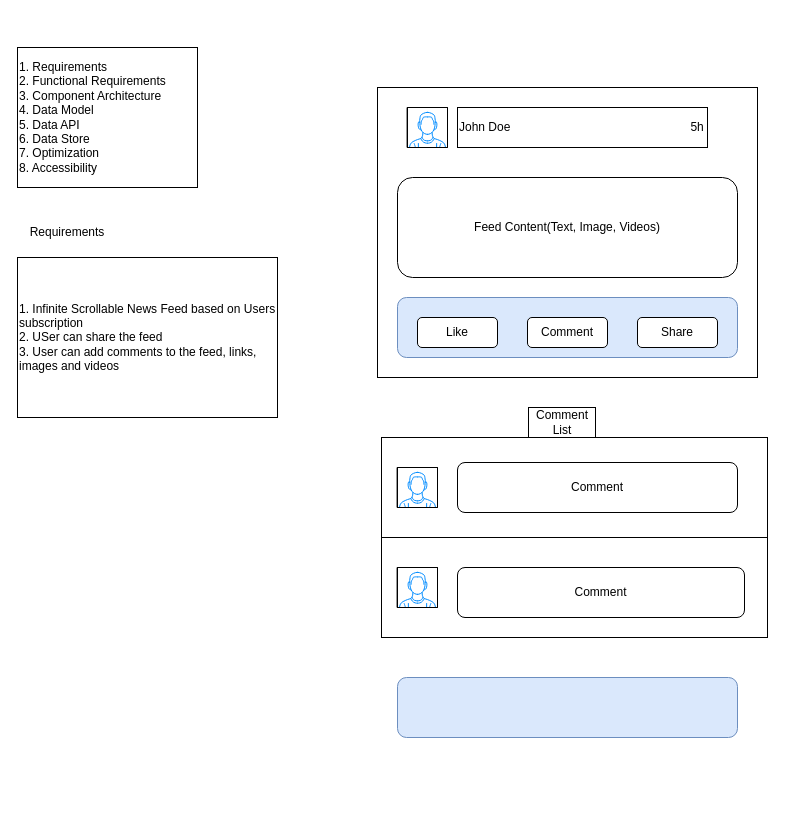
This is CommonComponents.drawio from murtuzasyed/wireframes, a draw.io file, before an edit. Source tidied: cells renumbered, new cells numbered last; positions are measured from the earlier drawing's top-left corner, leaving out a move shared by most shapes. Both pictures are drawn from the tidied source at 100%, with x=0, y=0 at pixel (17, 47).
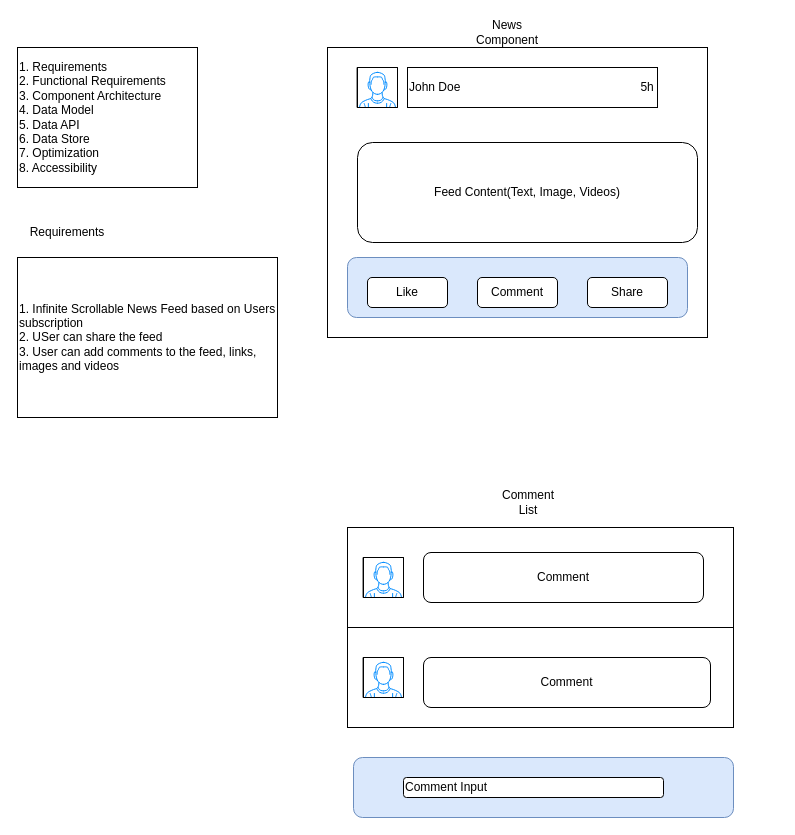
The same diagram, later.

The edit, as a diff of the source:
```diff
@@
+    <mxCell id="22" style="group;" parent="1" vertex="1">
+      <mxGeometry x="330" y="440" width="386" height="330" as="geometry" />
+    </mxCell>
+    <mxCell id="13" style="rounded=0;whiteSpace=wrap;html=1;labelBackgroundColor=#000000;labelBorderColor=default;fontColor=default;gradientColor=none;" parent="22" vertex="1">
+      <mxGeometry y="40" width="386" height="200" as="geometry" />
+    </mxCell>
+    <mxCell id="14" style="rounded=0;whiteSpace=wrap;html=1;labelBackgroundColor=#000000;labelBorderColor=default;fontColor=default;gradientColor=none;" parent="22" vertex="1">
+      <mxGeometry y="40" width="386" height="100" as="geometry" />
+    </mxCell>
+    <mxCell id="15" style="verticalLabelPosition=bottom;shadow=0;dashed=0;align=center;html=1;verticalAlign=top;strokeWidth=1;shape=mxgraph.mockup.containers.userMale;strokeColor2=#008cff;labelBorderColor=#000000;labelBackgroundColor=#000000;" parent="22" vertex="1">
+      <mxGeometry x="16" y="170" width="40" height="40" as="geometry" />
+    </mxCell>
+    <mxCell id="16" style="verticalLabelPosition=bottom;shadow=0;dashed=0;align=center;html=1;verticalAlign=top;strokeWidth=1;shape=mxgraph.mockup.containers.userMale;strokeColor2=#008cff;labelBorderColor=#000000;labelBackgroundColor=#000000;" parent="22" vertex="1">
+      <mxGeometry x="16" y="70" width="40" height="40" as="geometry" />
+    </mxCell>
+    <mxCell id="17" value="Comment" style="rounded=1;whiteSpace=wrap;html=1;" parent="22" vertex="1">
+      <mxGeometry x="76" y="170" width="287" height="50" as="geometry" />
+    </mxCell>
+    <mxCell id="18" value="Comment" style="rounded=1;whiteSpace=wrap;html=1;" parent="22" vertex="1">
+      <mxGeometry x="76" y="65" width="280" height="50" as="geometry" />
+    </mxCell>
+    <mxCell id="19" style="rounded=1;whiteSpace=wrap;html=1;labelBackgroundColor=#000000;labelBorderColor=default;fillColor=#dae8fc;strokeColor=#6c8ebf;" parent="22" vertex="1">
+      <mxGeometry x="6" y="270" width="380" height="60" as="geometry" />
+    </mxCell>
+    <mxCell id="21" value="Comment List" style="text;html=1;strokeColor=none;fillColor=none;align=center;verticalAlign=middle;whiteSpace=wrap;rounded=0;glass=0;labelBackgroundColor=#FFFFFF;labelBorderColor=none;fontColor=#000000;opacity=0;" parent="22" vertex="1">
+      <mxGeometry x="146" width="70" height="30" as="geometry" />
+    </mxCell>
+    <mxCell id="23" style="rounded=1;whiteSpace=wrap;html=1;glass=0;labelBackgroundColor=#FFFFFF;labelBorderColor=default;fontColor=#000000;gradientColor=none;" parent="22" vertex="1">
+      <mxGeometry x="56" y="290" width="260" height="20" as="geometry" />
+    </mxCell>
+    <mxCell id="24" value="Comment Input" style="text;html=1;strokeColor=none;fillColor=none;align=left;verticalAlign=middle;whiteSpace=wrap;rounded=0;glass=0;labelBackgroundColor=#FFFFFF;labelBorderColor=none;fontColor=#000000;strokeWidth=0;" parent="22" vertex="1">
+      <mxGeometry x="56" y="285" width="110" height="30" as="geometry" />
+    </mxCell>
+    <mxCell id="25" style="group;" parent="1" vertex="1">
+      <mxGeometry x="310" y="-30" width="380" height="320" as="geometry" />
+    </mxCell>
-    <mxCell id="5" style="rounded=0;whiteSpace=wrap;html=1;" parent="1" vertex="1">
-      <mxGeometry x="360" y="40" width="380" height="290" as="geometry" />
+    <mxCell id="5" style="rounded=0;whiteSpace=wrap;html=1;" parent="25" vertex="1">
+      <mxGeometry y="30" width="380" height="290" as="geometry" />
     </mxCell>
-    <mxCell id="6" style="verticalLabelPosition=bottom;shadow=0;dashed=0;align=center;html=1;verticalAlign=top;strokeWidth=1;shape=mxgraph.mockup.containers.userMale;strokeColor2=#008cff;labelBorderColor=#000000;labelBackgroundColor=#000000;" parent="1" vertex="1">
-      <mxGeometry x="390" y="60" width="40" height="40" as="geometry" />
+    <mxCell id="6" style="verticalLabelPosition=bottom;shadow=0;dashed=0;align=center;html=1;verticalAlign=top;strokeWidth=1;shape=mxgraph.mockup.containers.userMale;strokeColor2=#008cff;labelBorderColor=#000000;labelBackgroundColor=#000000;" parent="5" vertex="1">
+      <mxGeometry x="30" y="20" width="40" height="40" as="geometry" />
     </mxCell>
-    <mxCell id="7" value="John Doe&amp;nbsp; &amp;nbsp; &amp;nbsp; &amp;nbsp; &amp;nbsp; &amp;nbsp; &amp;nbsp; &amp;nbsp; &amp;nbsp; &amp;nbsp; &amp;nbsp; &amp;nbsp; &amp;nbsp; &amp;nbsp; &amp;nbsp; &amp;nbsp; &amp;nbsp; &amp;nbsp; &amp;nbsp; &amp;nbsp; &amp;nbsp; &amp;nbsp; &amp;nbsp; &amp;nbsp; &amp;nbsp; &amp;nbsp; &amp;nbsp; 5h" style="rounded=0;whiteSpace=wrap;html=1;align=left;" parent="1" vertex="1">
-      <mxGeometry x="440" y="60" width="250" height="40" as="geometry" />
+    <mxCell id="7" value="John Doe&amp;nbsp; &amp;nbsp; &amp;nbsp; &amp;nbsp; &amp;nbsp; &amp;nbsp; &amp;nbsp; &amp;nbsp; &amp;nbsp; &amp;nbsp; &amp;nbsp; &amp;nbsp; &amp;nbsp; &amp;nbsp; &amp;nbsp; &amp;nbsp; &amp;nbsp; &amp;nbsp; &amp;nbsp; &amp;nbsp; &amp;nbsp; &amp;nbsp; &amp;nbsp; &amp;nbsp; &amp;nbsp; &amp;nbsp; &amp;nbsp; 5h" style="rounded=0;whiteSpace=wrap;html=1;align=left;" parent="25" vertex="1">
+      <mxGeometry x="80" y="50" width="250" height="40" as="geometry" />
     </mxCell>
-    <mxCell id="8" value="Feed Content(Text, Image, Videos)" style="rounded=1;whiteSpace=wrap;html=1;" parent="1" vertex="1">
-      <mxGeometry x="380" y="130" width="340" height="100" as="geometry" />
+    <mxCell id="8" value="Feed Content(Text, Image, Videos)" style="rounded=1;whiteSpace=wrap;html=1;" parent="25" vertex="1">
+      <mxGeometry x="30" y="125" width="340" height="100" as="geometry" />
     </mxCell>
-    <mxCell id="9" style="rounded=1;whiteSpace=wrap;html=1;labelBackgroundColor=#000000;labelBorderColor=default;fillColor=#dae8fc;strokeColor=#6c8ebf;" parent="1" vertex="1">
-      <mxGeometry x="380" y="250" width="340" height="60" as="geometry" />
+    <mxCell id="9" style="rounded=1;whiteSpace=wrap;html=1;labelBackgroundColor=#000000;labelBorderColor=default;fillColor=#dae8fc;strokeColor=#6c8ebf;" parent="25" vertex="1">
+      <mxGeometry x="20" y="240" width="340" height="60" as="geometry" />
     </mxCell>
-    <mxCell id="10" value="Share" style="rounded=1;whiteSpace=wrap;html=1;" parent="1" vertex="1">
-      <mxGeometry x="620" y="270" width="80" height="30" as="geometry" />
+    <mxCell id="10" value="Share" style="rounded=1;whiteSpace=wrap;html=1;" parent="25" vertex="1">
+      <mxGeometry x="260" y="260" width="80" height="30" as="geometry" />
     </mxCell>
-    <mxCell id="11" value="Comment" style="rounded=1;whiteSpace=wrap;html=1;" parent="1" vertex="1">
-      <mxGeometry x="510" y="270" width="80" height="30" as="geometry" />
+    <mxCell id="11" value="Comment" style="rounded=1;whiteSpace=wrap;html=1;" parent="25" vertex="1">
+      <mxGeometry x="150" y="260" width="80" height="30" as="geometry" />
     </mxCell>
-    <mxCell id="12" value="Like" style="rounded=1;whiteSpace=wrap;html=1;" parent="1" vertex="1">
-      <mxGeometry x="400" y="270" width="80" height="30" as="geometry" />
+    <mxCell id="12" value="Like" style="rounded=1;whiteSpace=wrap;html=1;" parent="25" vertex="1">
+      <mxGeometry x="40" y="260" width="80" height="30" as="geometry" />
     </mxCell>
-    <mxCell id="13" style="rounded=0;whiteSpace=wrap;html=1;labelBackgroundColor=#000000;labelBorderColor=default;fontColor=default;gradientColor=none;" parent="1" vertex="1">
-      <mxGeometry x="364" y="390" width="386" height="200" as="geometry" />
-    </mxCell>
-    <mxCell id="14" style="rounded=0;whiteSpace=wrap;html=1;labelBackgroundColor=#000000;labelBorderColor=default;fontColor=default;gradientColor=none;" parent="1" vertex="1">
-      <mxGeometry x="364" y="390" width="386" height="100" as="geometry" />
-    </mxCell>
-    <mxCell id="15" style="verticalLabelPosition=bottom;shadow=0;dashed=0;align=center;html=1;verticalAlign=top;strokeWidth=1;shape=mxgraph.mockup.containers.userMale;strokeColor2=#008cff;labelBorderColor=#000000;labelBackgroundColor=#000000;" parent="1" vertex="1">
-      <mxGeometry x="380" y="520" width="40" height="40" as="geometry" />
-    </mxCell>
-    <mxCell id="16" style="verticalLabelPosition=bottom;shadow=0;dashed=0;align=center;html=1;verticalAlign=top;strokeWidth=1;shape=mxgraph.mockup.containers.userMale;strokeColor2=#008cff;labelBorderColor=#000000;labelBackgroundColor=#000000;" parent="1" vertex="1">
-      <mxGeometry x="380" y="420" width="40" height="40" as="geometry" />
-    </mxCell>
-    <mxCell id="17" value="Comment" style="rounded=1;whiteSpace=wrap;html=1;" parent="1" vertex="1">
-      <mxGeometry x="440" y="520" width="287" height="50" as="geometry" />
-    </mxCell>
-    <mxCell id="18" value="Comment" style="rounded=1;whiteSpace=wrap;html=1;" parent="1" vertex="1">
-      <mxGeometry x="440" y="415" width="280" height="50" as="geometry" />
-    </mxCell>
-    <mxCell id="19" style="rounded=1;whiteSpace=wrap;html=1;labelBackgroundColor=#000000;labelBorderColor=default;fillColor=#dae8fc;strokeColor=#6c8ebf;" parent="1" vertex="1">
-      <mxGeometry x="380" y="630" width="340" height="60" as="geometry" />
-    </mxCell>
-    <mxCell id="20" style="rounded=0;whiteSpace=wrap;html=1;labelBackgroundColor=#FFFFFF;labelBorderColor=default;fontColor=#000000;gradientColor=none;glass=0;opacity=0;" parent="1" vertex="1">
-      <mxGeometry x="330" y="360" width="430" height="370" as="geometry" />
-    </mxCell>
-    <mxCell id="21" value="Comment List" style="text;html=1;strokeColor=none;fillColor=none;align=center;verticalAlign=middle;whiteSpace=wrap;rounded=0;glass=0;labelBackgroundColor=#FFFFFF;labelBorderColor=default;fontColor=#000000;opacity=0;" parent="1" vertex="1">
-      <mxGeometry x="510" y="360" width="70" height="30" as="geometry" />
-    </mxCell>
+    <mxCell id="26" value="News Component" style="text;html=1;strokeColor=none;fillColor=none;align=center;verticalAlign=middle;whiteSpace=wrap;rounded=0;glass=0;labelBackgroundColor=#FFFFFF;labelBorderColor=none;fontColor=#000000;" parent="25" vertex="1">
+      <mxGeometry x="150" width="60" height="30" as="geometry" />
+    </mxCell>
```
